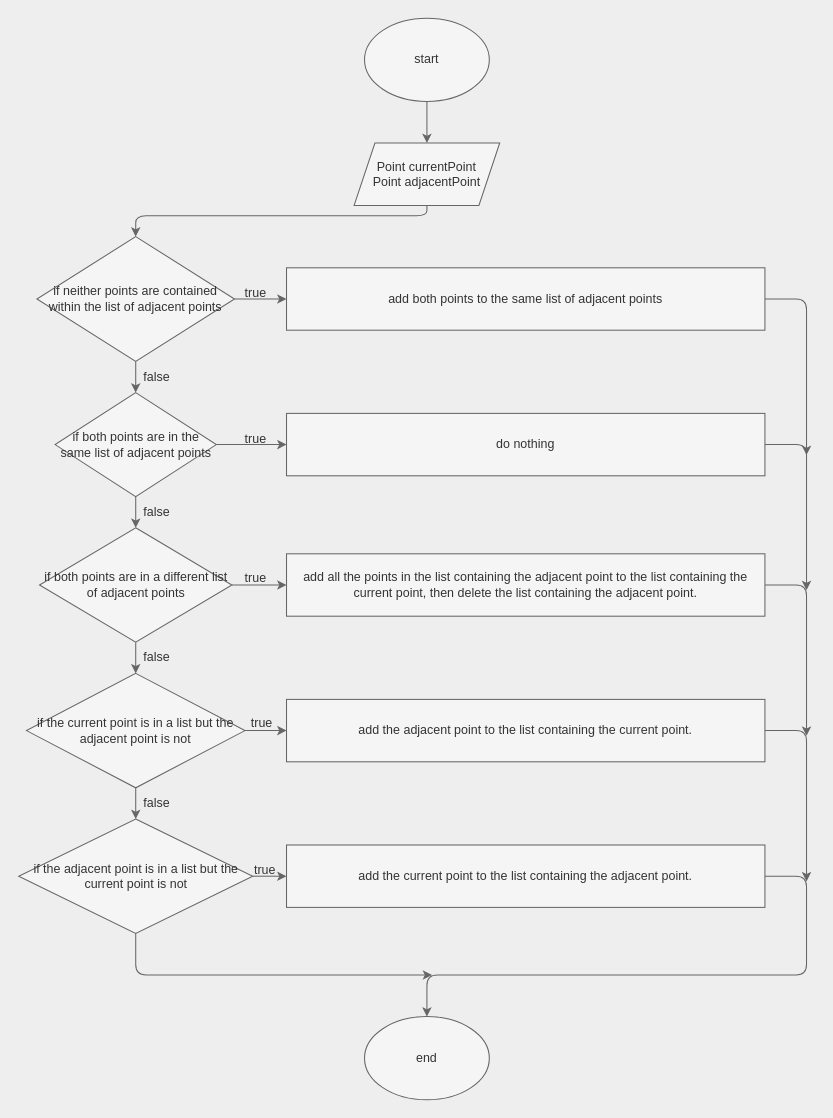
Earlier version of the draw.io diagram bin/Adjacency Algorithm.drawio (nicholascabrera/Polyominoes). Source tidied: cells renumbered, new cells numbered last; positions are measured from the earlier drawing's top-left corner, leaving out a move shared by most shapes. Both pictures are drawn from the tidied source at 104%, with x=0, y=0 at pixel (18, 18).
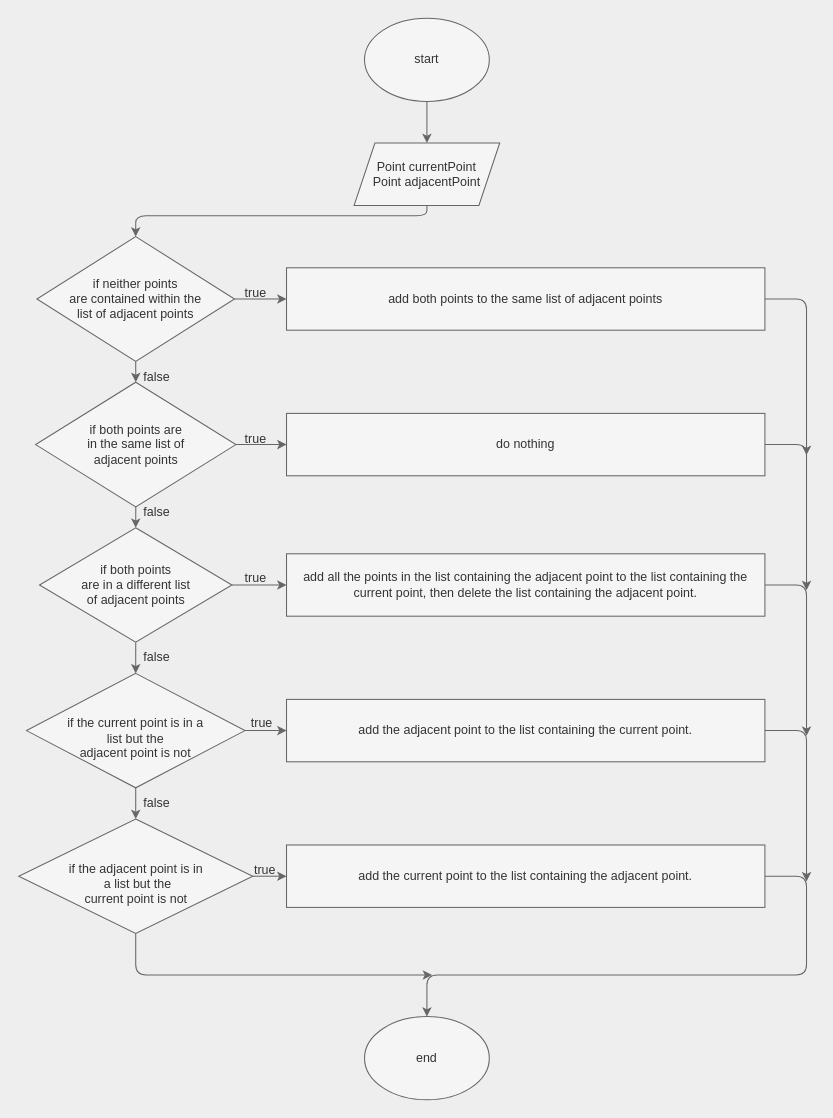
Above is the later version.

Diff of the diagram source:
```diff
@@
-    <mxCell id="7" value="if neither points are contained within the list of adjacent points" style="rhombus;whiteSpace=wrap;html=1;fillColor=#f5f5f5;fontColor=#333333;strokeColor=#666666;" parent="1" vertex="1">
+    <mxCell id="7" value="if neither points &lt;br&gt;are contained within the &lt;br&gt;list of adjacent points" style="rhombus;whiteSpace=wrap;html=1;fillColor=#f5f5f5;fontColor=#333333;strokeColor=#666666;" parent="1" vertex="1">
       <mxGeometry x="18" y="210" width="190" height="120" as="geometry" />
     </mxCell>
@@
-    <mxCell id="12" value="if both points are in the same list of adjacent points" style="rhombus;whiteSpace=wrap;html=1;fillColor=#f5f5f5;fontColor=#333333;strokeColor=#666666;" parent="1" vertex="1">
-      <mxGeometry x="35.5" y="360" width="155" height="100" as="geometry" />
+    <mxCell id="12" value="if both points are &lt;br&gt;in the same list of &lt;br&gt;adjacent points" style="rhombus;whiteSpace=wrap;html=1;fillColor=#f5f5f5;fontColor=#333333;strokeColor=#666666;" parent="1" vertex="1">
+      <mxGeometry x="16.8" y="350" width="192.5" height="120" as="geometry" />
     </mxCell>
@@
-    <mxCell id="15" value="if both points are in a different list of adjacent points" style="rhombus;whiteSpace=wrap;html=1;fillColor=#f5f5f5;fontColor=#333333;strokeColor=#666666;" parent="1" vertex="1">
+    <mxCell id="15" value="if both points &lt;br&gt;are in a different list &lt;br&gt;of adjacent points" style="rhombus;whiteSpace=wrap;html=1;fillColor=#f5f5f5;fontColor=#333333;strokeColor=#666666;" parent="1" vertex="1">
       <mxGeometry x="20.5" y="490" width="185" height="110" as="geometry" />
     </mxCell>
@@
-    <mxCell id="18" value="if the current point is in a list but the adjacent point is not" style="rhombus;whiteSpace=wrap;html=1;fillColor=#f5f5f5;fontColor=#333333;strokeColor=#666666;" parent="1" vertex="1">
+    <mxCell id="18" value="&lt;br&gt;if the current point is in a &lt;br&gt;list but the &lt;br&gt;adjacent point is not" style="rhombus;whiteSpace=wrap;html=1;fillColor=#f5f5f5;fontColor=#333333;strokeColor=#666666;" parent="1" vertex="1">
       <mxGeometry x="8" y="630" width="210" height="110" as="geometry" />
     </mxCell>
@@
-    <mxCell id="21" value="if the adjacent point is in a list but the current point is not" style="rhombus;whiteSpace=wrap;html=1;fillColor=#f5f5f5;fontColor=#333333;strokeColor=#666666;" parent="1" vertex="1">
+    <mxCell id="21" value="&lt;br&gt;if the adjacent point is in&lt;br&gt;&amp;nbsp;a list but the &lt;br&gt;current point is not" style="rhombus;whiteSpace=wrap;html=1;fillColor=#f5f5f5;fontColor=#333333;strokeColor=#666666;" parent="1" vertex="1">
       <mxGeometry x="0.5" y="770" width="225" height="110" as="geometry" />
     </mxCell>
```
